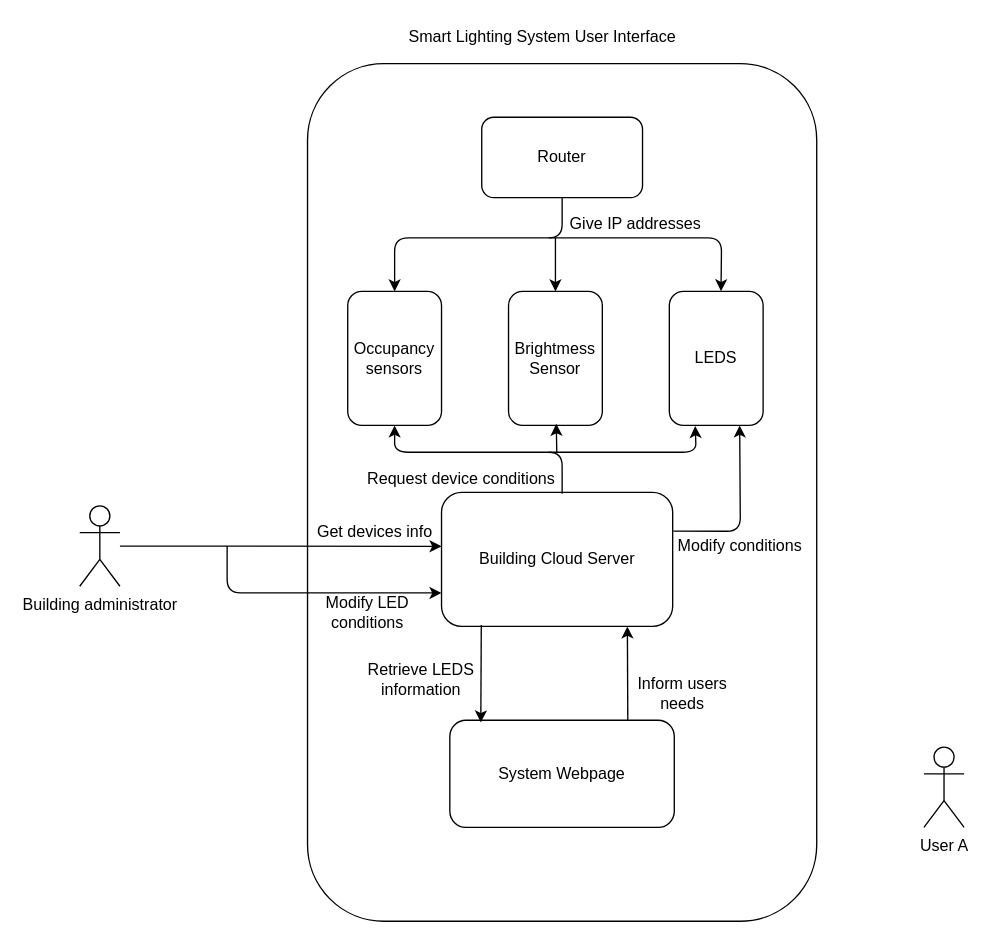
This is Untitled Diagram.drawio from Allen-W426/java-8-lambdas-exercises, a draw.io file, before an edit. Source tidied: cells renumbered, new cells numbered last; positions are measured from the earlier drawing's top-left corner, leaving out a move shared by most shapes. Both pictures are drawn from the tidied source at 134%, with x=0, y=0 at pixel (79, 23).
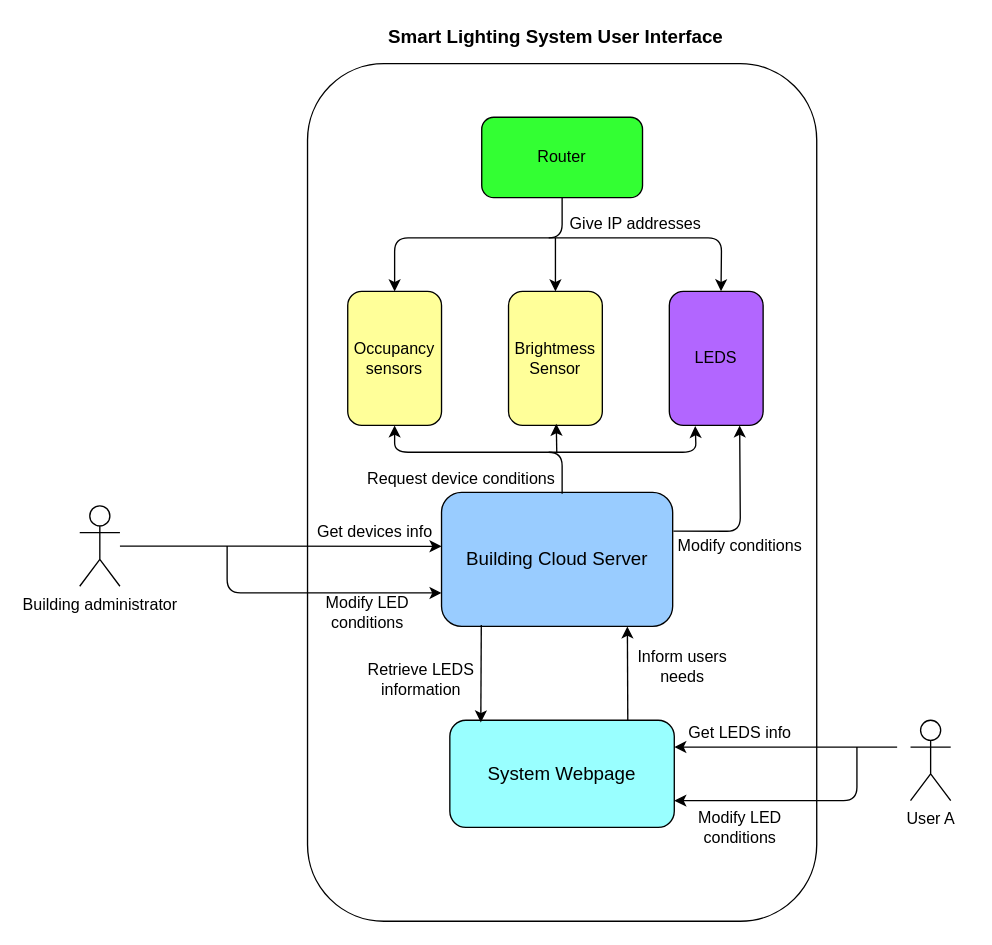
Above is the later version.

What changed in the source:
```diff
@@
-    <mxCell id="3" value="Smart Lighting System User Interface" style="text;html=1;align=center;verticalAlign=middle;strokeColor=none;" parent="1" vertex="1">
-      <mxGeometry x="240" width="210" height="20" as="geometry" />
+    <mxCell id="3" value="&lt;font style=&quot;font-size: 14px&quot;&gt;&lt;b&gt;Smart Lighting System User Interface&lt;/b&gt;&lt;/font&gt;" style="text;html=1;align=center;verticalAlign=middle;strokeColor=none;" parent="1" vertex="1">
+      <mxGeometry x="220" width="270" height="20" as="geometry" />
     </mxCell>
@@
     <mxCell id="5" value="User A" style="shape=umlActor;verticalLabelPosition=bottom;verticalAlign=top;html=1;" parent="1" vertex="1">
-      <mxGeometry x="630" y="540" width="30" height="60" as="geometry" />
+      <mxGeometry x="620" y="520" width="30" height="60" as="geometry" />
     </mxCell>
-    <mxCell id="6" value="Router" style="rounded=1;whiteSpace=wrap;html=1;" parent="1" vertex="1">
+    <mxCell id="6" value="Router" style="rounded=1;whiteSpace=wrap;html=1;fillColor=#33FF33;" parent="1" vertex="1">
       <mxGeometry x="300" y="70" width="120" height="60" as="geometry" />
     </mxCell>
-    <mxCell id="7" value="Brightmess Sensor" style="rounded=1;whiteSpace=wrap;html=1;" parent="1" vertex="1">
+    <mxCell id="7" value="Brightmess Sensor" style="rounded=1;whiteSpace=wrap;html=1;fillColor=#FFFF99;" parent="1" vertex="1">
       <mxGeometry x="320" y="200" width="70" height="100" as="geometry" />
     </mxCell>
-    <mxCell id="8" value="Occupancy sensors" style="rounded=1;whiteSpace=wrap;html=1;" parent="1" vertex="1">
+    <mxCell id="8" value="Occupancy sensors" style="rounded=1;whiteSpace=wrap;html=1;fillColor=#FFFF99;" parent="1" vertex="1">
       <mxGeometry x="200" y="200" width="70" height="100" as="geometry" />
     </mxCell>
-    <mxCell id="9" value="LEDS" style="rounded=1;whiteSpace=wrap;html=1;" parent="1" vertex="1">
+    <mxCell id="9" value="LEDS" style="rounded=1;whiteSpace=wrap;html=1;fillColor=#B266FF;" parent="1" vertex="1">
       <mxGeometry x="440" y="200" width="70" height="100" as="geometry" />
     </mxCell>
@@
-    <mxCell id="14" value="Building Cloud Server" style="rounded=1;whiteSpace=wrap;html=1;" parent="1" vertex="1">
+    <mxCell id="14" value="&lt;font style=&quot;font-size: 14px&quot;&gt;Building Cloud Server&lt;/font&gt;" style="rounded=1;whiteSpace=wrap;html=1;fillColor=#99CCFF;" parent="1" vertex="1">
       <mxGeometry x="270" y="350" width="172.5" height="100" as="geometry" />
     </mxCell>
@@
-    <mxCell id="25" value="System Webpage" style="rounded=1;whiteSpace=wrap;html=1;" parent="1" vertex="1">
+    <mxCell id="25" value="&lt;font style=&quot;font-size: 14px&quot;&gt;System Webpage&lt;/font&gt;" style="rounded=1;whiteSpace=wrap;html=1;fillColor=#99FFFF;" parent="1" vertex="1">
       <mxGeometry x="276.2" y="520" width="167.5" height="80" as="geometry" />
     </mxCell>
@@
     <mxCell id="27" value="Inform users needs" style="text;html=1;strokeColor=none;fillColor=none;align=center;verticalAlign=middle;whiteSpace=wrap;rounded=0;" parent="1" vertex="1">
-      <mxGeometry x="410" y="490" width="80" height="20" as="geometry" />
+      <mxGeometry x="410" y="470" width="80" height="20" as="geometry" />
     </mxCell>
@@
+    <mxCell id="30" style="endArrow=classic;html=1;entryX=1;entryY=0.25;entryDx=0;entryDy=0;" parent="1" edge="1" target="25">
+      <mxGeometry relative="1" as="geometry">
+        <mxPoint x="610" y="540" as="sourcePoint" />
+      </mxGeometry>
+    </mxCell>
+    <mxCell id="31" value="Get LEDS info" style="text;html=1;strokeColor=none;fillColor=none;align=center;verticalAlign=middle;whiteSpace=wrap;rounded=0;" parent="1" vertex="1">
+      <mxGeometry x="452.5" y="520" width="80" height="20" as="geometry" />
+    </mxCell>
+    <mxCell id="32" style="endArrow=classic;html=1;entryX=1;entryY=0.75;entryDx=0;entryDy=0;" parent="1" edge="1" target="25">
+      <mxGeometry relative="1" as="geometry">
+        <mxPoint x="580" y="540" as="sourcePoint" />
+        <Array as="points">
+          <mxPoint x="580" y="580" />
+        </Array>
+      </mxGeometry>
+    </mxCell>
+    <mxCell id="33" value="Modify LED conditions" style="text;html=1;strokeColor=none;fillColor=none;align=center;verticalAlign=middle;whiteSpace=wrap;rounded=0;" parent="1" vertex="1">
+      <mxGeometry x="457.5" y="590" width="70" height="20" as="geometry" />
+    </mxCell>
```
